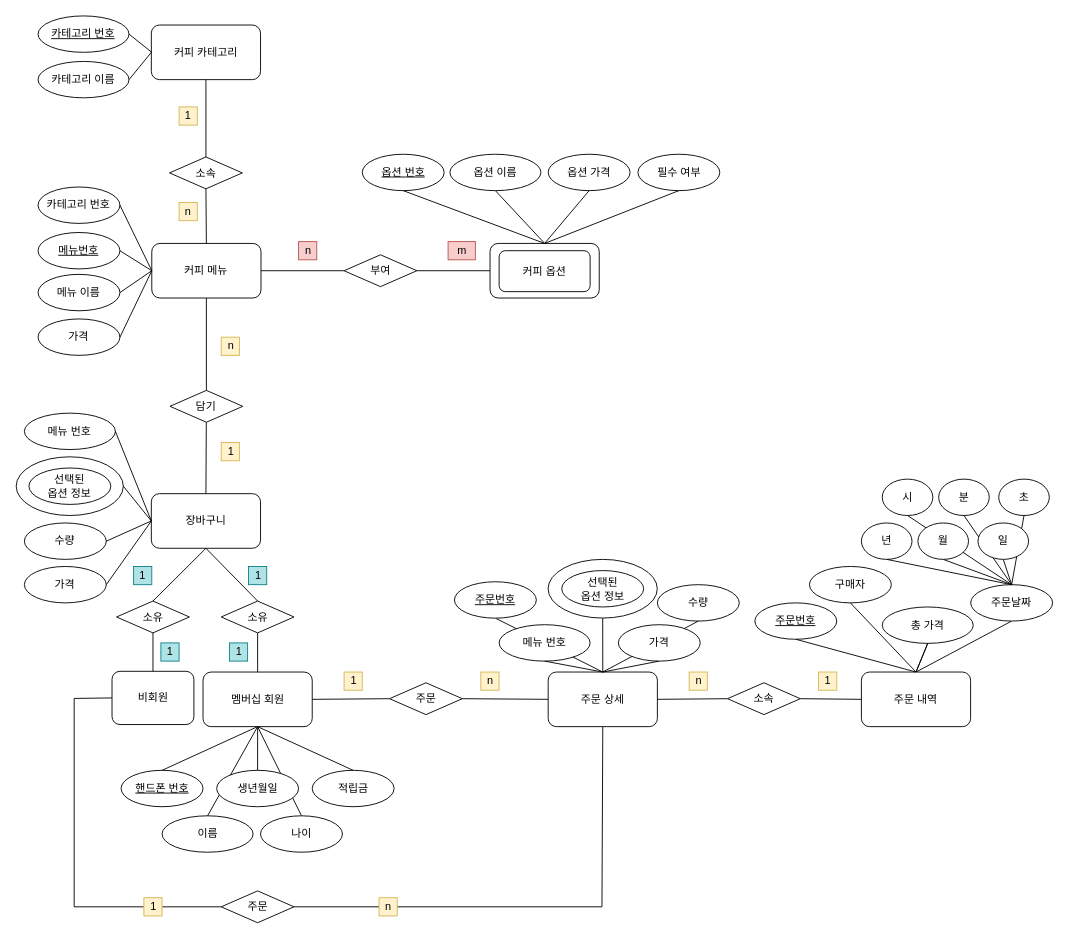
Above: cafe.drawio in jdohun/22-1Database (draw.io), before the change. Source tidied: cells renumbered, new cells numbered last; positions are measured from the earlier drawing's top-left corner, leaving out a move shared by most shapes. Both pictures are drawn from the tidied source at 91%, with x=0, y=0 at pixel (15, 15).
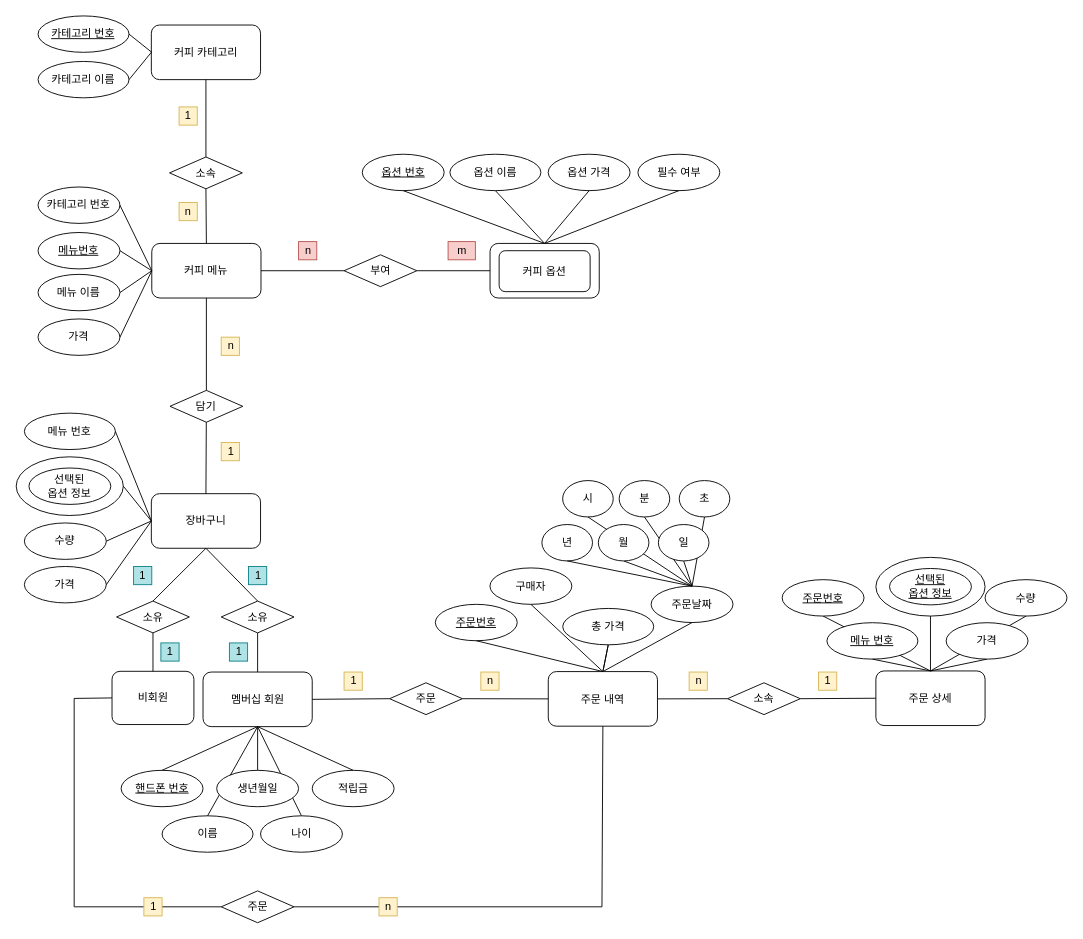
After the change.

The change refers to these unchanged cells:
```xml
<mxCell id="78" value="주문" style="rhombus;whiteSpace=wrap;html=1;rounded=0;" parent="1" vertex="1">
  <mxGeometry x="225.6" y="961.5" width="80" height="35" as="geometry" />
</mxCell>
<mxCell id="80" value="주문" style="rhombus;whiteSpace=wrap;html=1;rounded=0;" parent="1" vertex="1">
  <mxGeometry x="410.6" y="732.8" width="80" height="35" as="geometry" />
</mxCell>
<mxCell id="120" value="소속" style="rhombus;whiteSpace=wrap;html=1;rounded=0;" parent="1" vertex="1">
  <mxGeometry x="782" y="732.8" width="80" height="35" as="geometry" />
</mxCell>
```

What changed in the source:
```diff
@@
     <mxCell id="18" value="주문 내역" style="rounded=1;whiteSpace=wrap;html=1;" parent="1" vertex="1">
-      <mxGeometry x="929.1" y="721" width="120" height="60" as="geometry" />
+      <mxGeometry x="585" y="720.5" width="120" height="60" as="geometry" />
     </mxCell>
     <mxCell id="19" value="주문날짜" style="ellipse;whiteSpace=wrap;html=1;rounded=0;" parent="1" vertex="1">
-      <mxGeometry x="1049.2" y="625" width="90" height="40" as="geometry" />
+      <mxGeometry x="698" y="626.6" width="90" height="40" as="geometry" />
     </mxCell>
@@
     <mxCell id="25" value="구매자" style="ellipse;whiteSpace=wrap;html=1;rounded=0;" parent="1" vertex="1">
-      <mxGeometry x="872" y="605" width="90" height="40" as="geometry" />
+      <mxGeometry x="520.9" y="606.6" width="90" height="40" as="geometry" />
     </mxCell>
@@
     <mxCell id="33" value="년" style="ellipse;whiteSpace=wrap;html=1;rounded=0;" parent="1" vertex="1">
-      <mxGeometry x="929.1" y="557.2" width="55.6" height="40" as="geometry" />
+      <mxGeometry x="578" y="558.9" width="55.6" height="40" as="geometry" />
     </mxCell>
@@
     <mxCell id="68" style="ellipse;whiteSpace=wrap;html=1;rounded=0;" parent="1" vertex="1">
-      <mxGeometry x="584.8" y="597.2" width="120" height="64.5" as="geometry" />
+      <mxGeometry x="945" y="595" width="120" height="64.5" as="geometry" />
     </mxCell>
-    <mxCell id="69" value="선택된&lt;br&gt;옵션 정보" style="ellipse;whiteSpace=wrap;html=1;rounded=0;" parent="1" vertex="1">
-      <mxGeometry x="599.8" y="609.5" width="90" height="40" as="geometry" />
+    <mxCell id="69" value="&lt;u&gt;선택된&lt;br&gt;옵션 정보&lt;/u&gt;" style="ellipse;whiteSpace=wrap;html=1;rounded=0;" parent="1" vertex="1">
+      <mxGeometry x="960" y="607.2" width="90" height="40" as="geometry" />
     </mxCell>
     <mxCell id="70" value="&lt;u&gt;주문번호&lt;/u&gt;" style="ellipse;whiteSpace=wrap;html=1;rounded=0;" parent="1" vertex="1">
-      <mxGeometry x="812" y="645" width="90" height="40" as="geometry" />
+      <mxGeometry x="460.9" y="646.6" width="90" height="40" as="geometry" />
     </mxCell>
     <mxCell id="71" value="수량" style="ellipse;whiteSpace=wrap;html=1;rounded=0;" parent="1" vertex="1">
-      <mxGeometry x="704.9" y="625" width="90" height="40" as="geometry" />
+      <mxGeometry x="1065" y="619.5" width="90" height="40" as="geometry" />
     </mxCell>
@@
-    <mxCell id="82" style="endArrow=none;html=1;rounded=0;exitX=1;exitY=0.5;exitDx=0;exitDy=0;entryX=0;entryY=0.5;entryDx=0;entryDy=0;" parent="1" edge="1" source="80" target="99">
+    <mxCell id="82" style="endArrow=none;html=1;rounded=0;exitX=1;exitY=0.5;exitDx=0;exitDy=0;entryX=0;entryY=0.5;entryDx=0;entryDy=0;" parent="1" edge="1" source="80" target="18">
       <mxGeometry relative="1" as="geometry" />
     </mxCell>
-    <mxCell id="83" style="endArrow=none;html=1;rounded=0;exitX=1;exitY=0.5;exitDx=0;exitDy=0;entryX=0.5;entryY=1;entryDx=0;entryDy=0;" parent="1" edge="1" source="78" target="99">
+    <mxCell id="83" style="endArrow=none;html=1;rounded=0;exitX=1;exitY=0.5;exitDx=0;exitDy=0;entryX=0.5;entryY=1;entryDx=0;entryDy=0;" parent="1" edge="1" source="78" target="18">
       <mxGeometry relative="1" as="geometry">
         <Array as="points">
           <mxPoint x="644" y="979" />
         </Array>
       </mxGeometry>
     </mxCell>
@@
     <mxCell id="99" value="주문 상세" style="rounded=1;whiteSpace=wrap;html=1;" parent="1" vertex="1">
-      <mxGeometry x="584.9" y="721" width="120" height="60" as="geometry" />
+      <mxGeometry x="945" y="719.8" width="120" height="60" as="geometry" />
     </mxCell>
-    <mxCell id="100" value="메뉴 번호" style="ellipse;whiteSpace=wrap;html=1;rounded=0;" parent="1" vertex="1">
-      <mxGeometry x="531" y="669" width="100" height="40" as="geometry" />
+    <mxCell id="100" value="&lt;u&gt;메뉴 번호&lt;/u&gt;" style="ellipse;whiteSpace=wrap;html=1;rounded=0;" parent="1" vertex="1">
+      <mxGeometry x="891.2" y="666.8" width="100" height="40" as="geometry" />
     </mxCell>
     <mxCell id="101" value="총 가격" style="ellipse;whiteSpace=wrap;html=1;rounded=0;" parent="1" vertex="1">
-      <mxGeometry x="952" y="649.5" width="100" height="40" as="geometry" />
+      <mxGeometry x="600.9" y="651.1" width="100" height="40" as="geometry" />
     </mxCell>
@@
     <mxCell id="103" value="&lt;u&gt;주문번호&lt;/u&gt;" style="ellipse;whiteSpace=wrap;html=1;rounded=0;" parent="1" vertex="1">
-      <mxGeometry x="481.9" y="621.8" width="90" height="40" as="geometry" />
+      <mxGeometry x="842" y="619.5" width="90" height="40" as="geometry" />
     </mxCell>
@@
     <mxCell id="108" value="가격" style="ellipse;whiteSpace=wrap;html=1;rounded=0;" parent="1" vertex="1">
-      <mxGeometry x="662" y="669" width="90" height="40" as="geometry" />
+      <mxGeometry x="1022.2" y="666.8" width="90" height="40" as="geometry" />
     </mxCell>
-    <mxCell id="109" style="edgeStyle=orthogonalEdgeStyle;rounded=0;orthogonalLoop=1;jettySize=auto;html=1;exitX=0.5;exitY=1;exitDx=0;exitDy=0;" parent="1" edge="1" source="71" target="71">
-      <mxGeometry relative="1" as="geometry" />
+    <mxCell id="109" style="edgeStyle=orthogonalEdgeStyle;rounded=0;orthogonalLoop=1;jettySize=auto;html=1;exitX=0.5;exitY=1;exitDx=0;exitDy=0;" parent="1" edge="1">
+      <mxGeometry relative="1" as="geometry">
+        <mxPoint x="1110" y="662.8" as="sourcePoint" />
+        <mxPoint x="1110" y="662.8" as="targetPoint" />
+      </mxGeometry>
     </mxCell>
@@
     <mxCell id="111" value="시" style="ellipse;whiteSpace=wrap;html=1;rounded=0;" parent="1" vertex="1">
-      <mxGeometry x="952" y="509" width="55.6" height="40" as="geometry" />
+      <mxGeometry x="600.8" y="510.6" width="55.6" height="40" as="geometry" />
     </mxCell>
     <mxCell id="112" value="분" style="ellipse;whiteSpace=wrap;html=1;rounded=0;" parent="1" vertex="1">
-      <mxGeometry x="1014" y="509" width="55.6" height="40" as="geometry" />
+      <mxGeometry x="662.9" y="510.6" width="55.6" height="40" as="geometry" />
     </mxCell>
     <mxCell id="113" value="초" style="ellipse;whiteSpace=wrap;html=1;rounded=0;" parent="1" vertex="1">
-      <mxGeometry x="1080" y="509" width="55.6" height="40" as="geometry" />
+      <mxGeometry x="728.9" y="510.6" width="55.6" height="40" as="geometry" />
     </mxCell>
@@
     <mxCell id="117" value="일" style="ellipse;whiteSpace=wrap;html=1;rounded=0;" parent="1" vertex="1">
-      <mxGeometry x="1057.2" y="557.2" width="55.6" height="40" as="geometry" />
+      <mxGeometry x="706" y="558.9" width="55.6" height="40" as="geometry" />
     </mxCell>
     <mxCell id="118" value="월" style="ellipse;whiteSpace=wrap;html=1;rounded=0;" parent="1" vertex="1">
-      <mxGeometry x="991.2" y="557.2" width="55.6" height="40" as="geometry" />
+      <mxGeometry x="640" y="558.9" width="55.6" height="40" as="geometry" />
     </mxCell>
-    <mxCell id="119" style="endArrow=none;html=1;rounded=0;entryX=1;entryY=0.5;entryDx=0;entryDy=0;exitX=0;exitY=0.5;exitDx=0;exitDy=0;startArrow=none;" parent="1" edge="1" source="120" target="99">
+    <mxCell id="119" style="endArrow=none;html=1;rounded=0;exitX=0;exitY=0.5;exitDx=0;exitDy=0;startArrow=none;entryX=1;entryY=0.5;entryDx=0;entryDy=0;" parent="1" edge="1" source="120" target="18">
       <mxGeometry relative="1" as="geometry" />
     </mxCell>
@@
-    <mxCell id="121" style="endArrow=none;html=1;rounded=0;entryX=1;entryY=0.5;entryDx=0;entryDy=0;exitX=0;exitY=0.5;exitDx=0;exitDy=0;" parent="1" edge="1" source="18" target="120">
-      <mxGeometry relative="1" as="geometry" />
-    </mxCell>
@@
+    <mxCell id="124" style="endArrow=none;html=1;rounded=0;exitX=1;exitY=0.5;exitDx=0;exitDy=0;entryX=0;entryY=0.5;entryDx=0;entryDy=0;" parent="1" edge="1" source="120" target="99">
+      <mxGeometry relative="1" as="geometry" />
+    </mxCell>
```
